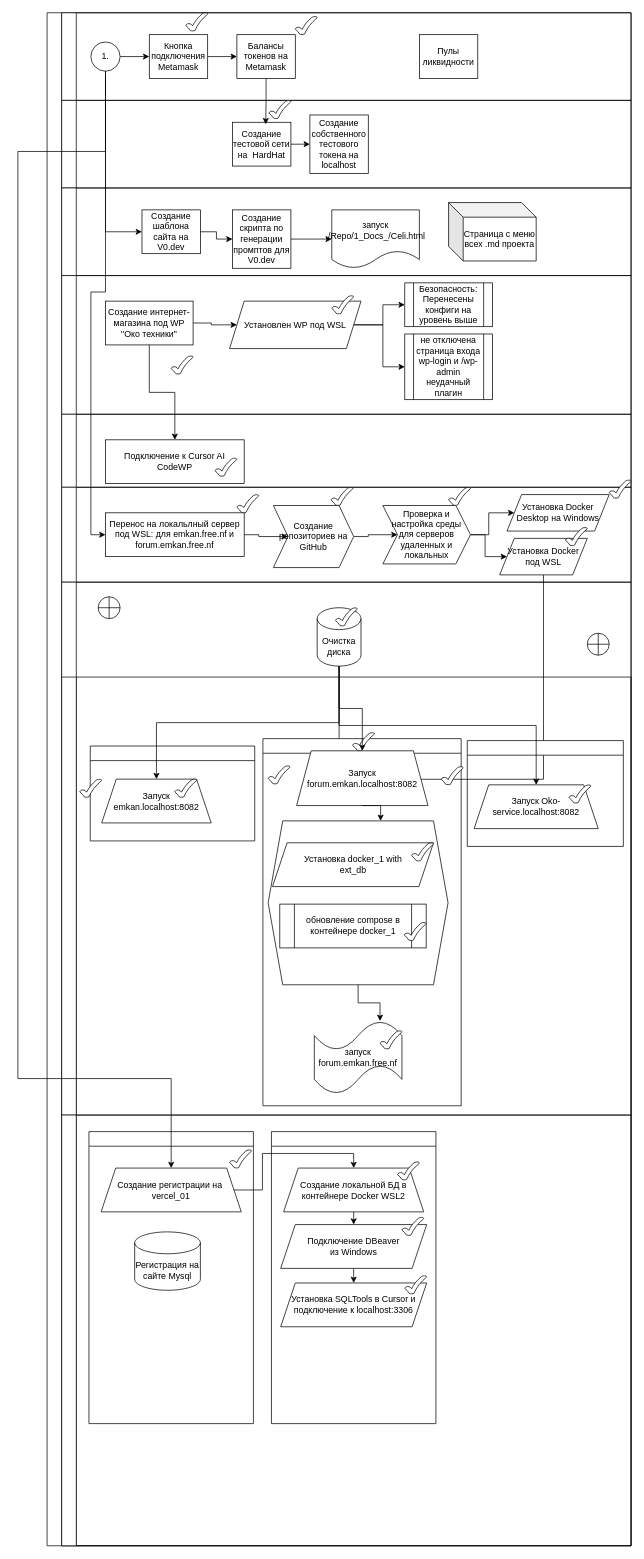
This is ЖИЦЗО.drawio from ElvenRivendil/Diagrams_blocks_algoritms, a draw.io file, before an edit. Source tidied: cells renumbered, new cells numbered last; positions are measured from the earlier drawing's top-left corner, leaving out a move shared by most shapes. Both pictures are drawn from the tidied source at 73%, with x=0, y=0 at pixel (18, 12).
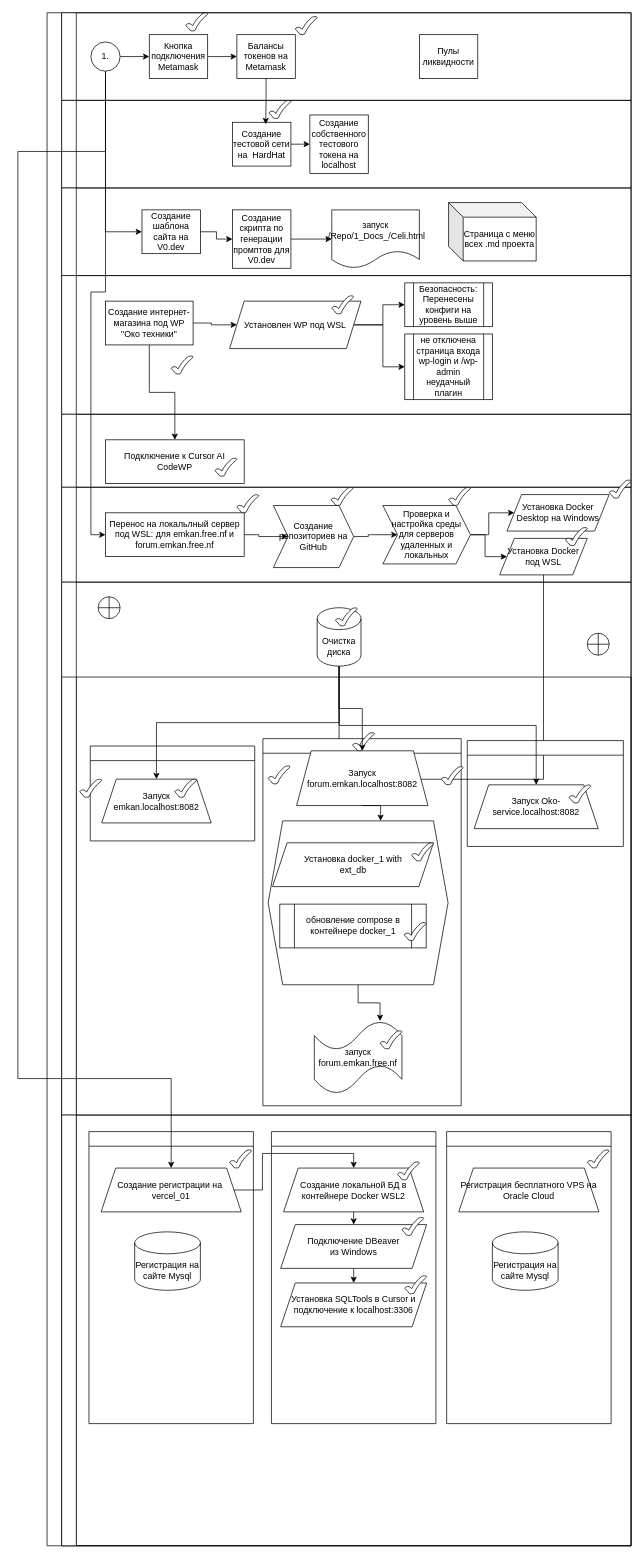
The same page after the edit.

The change refers to these unchanged cells:
```xml
<mxCell id="90" style="swimlane;html=1;startSize=20;horizontal=0;" parent="59" vertex="1">
  <mxGeometry y="730" width="780" height="590" as="geometry" />
</mxCell>
```

The edit, as a diff of the source:
```diff
@@
+    <mxCell id="106" style="swimlane;html=1;startSize=20;horizontal=0;rotation=90;" parent="90" vertex="1">
+      <mxGeometry x="440" y="110" width="400" height="225.3" as="geometry" />
+    </mxCell>
+    <mxCell id="107" value="Регистрация бесплатного VPS на Oracle Cloud" style="shape=trapezoid;perimeter=trapezoidPerimeter;whiteSpace=wrap;html=1;fixedSize=1;" parent="106" vertex="1">
+      <mxGeometry x="104" y="-37.4" width="192" height="60" as="geometry" />
+    </mxCell>
+    <mxCell id="108" style="verticalLabelPosition=bottom;verticalAlign=top;html=1;shape=mxgraph.basic.tick;" parent="106" vertex="1">
+      <mxGeometry x="280" y="-62.4" width="30" height="25" as="geometry" />
+    </mxCell>
+    <mxCell id="109" value="Регистрация на сайте Mysql" style="shape=cylinder3;whiteSpace=wrap;html=1;boundedLbl=1;backgroundOutline=1;size=15;" parent="106" vertex="1">
+      <mxGeometry x="150" y="50" width="90" height="80" as="geometry" />
+    </mxCell>
```
